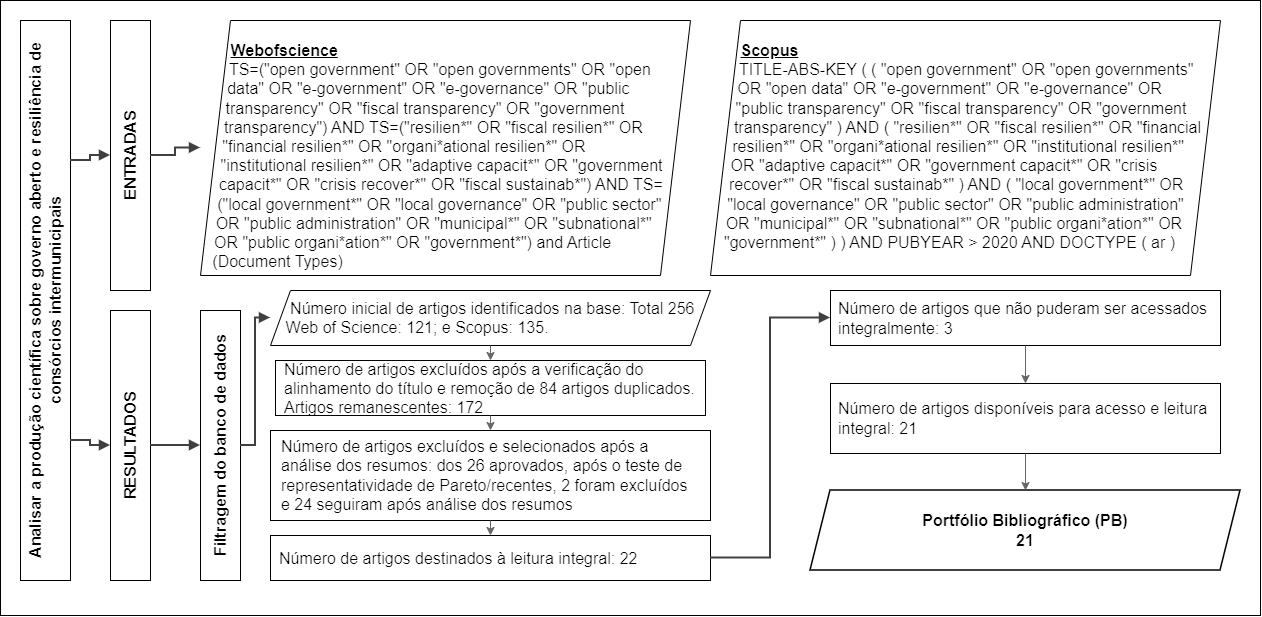
gishorus/proknowc-r keeps this draw.io diagram as docs/Figura1.drawio.png. Above is the earlier version. Source tidied: cells renumbered, new cells last; positions are measured from the earlier drawing's top-left corner, leaving out a move shared by most shapes. The source it was exported from:
```xml
<mxGraphModel>
  <root>
    <mxCell id="0" />
    <mxCell id="1" parent="0" />
    <mxCell id="2" style="rounded=0;whiteSpace=wrap;html=1;fillColor=#FFFFFF;strokeColor=default;labelBackgroundColor=#FFFFFF;fontColor=#000000;labelBorderColor=#000000;" parent="1" vertex="1">
      <mxGeometry width="1260" height="615" as="geometry" />
    </mxCell>
    <mxCell id="3" value="Analisar a produção científica sobre governo aberto e resiliência de consórcios intermunicipais" style="rounded=0;whiteSpace=wrap;html=1;horizontal=0;fillColor=#FFFFFF;strokeColor=#000000;fontSize=16;fontStyle=1;align=center;verticalAlign=middle;" parent="1" vertex="1">
      <mxGeometry x="20" y="20" width="50" height="560" as="geometry" />
    </mxCell>
    <mxCell id="4" value="ENTRADAS" style="rounded=0;whiteSpace=wrap;html=1;horizontal=0;fillColor=#FFFFFF;strokeColor=#000000;fontSize=16;fontStyle=1;align=center;verticalAlign=middle;" parent="1" vertex="1">
      <mxGeometry x="110" y="20" width="40" height="270" as="geometry" />
    </mxCell>
    <mxCell id="5" value="RESULTADOS" style="rounded=0;whiteSpace=wrap;html=1;horizontal=0;fillColor=#FFFFFF;strokeColor=#000000;fontSize=16;fontStyle=1;align=center;verticalAlign=middle;" parent="1" vertex="1">
      <mxGeometry x="110" y="310" width="40" height="270" as="geometry" />
    </mxCell>
    <mxCell id="6" value="&lt;b&gt;&lt;u&gt;Webofscience&lt;/u&gt;&lt;/b&gt;&lt;br&gt;TS=(&quot;open government&quot; OR &quot;open governments&quot; OR &quot;open data&quot; OR &quot;e-government&quot; OR &quot;e-governance&quot; OR &quot;public transparency&quot; OR &quot;fiscal transparency&quot; OR &quot;government transparency&quot;) AND TS=(&quot;resilien*&quot; OR &quot;fiscal resilien*&quot; OR &quot;financial resilien*&quot; OR &quot;organi*ational resilien*&quot; OR &quot;institutional resilien*&quot; OR &quot;adaptive capacit*&quot; OR &quot;government capacit*&quot; OR &quot;crisis recover*&quot; OR &quot;fiscal sustainab*&quot;) AND TS=(&quot;local government*&quot; OR &quot;local governance&quot; OR &quot;public sector&quot; OR &quot;public administration&quot; OR &quot;municipal*&quot; OR &quot;subnational*&quot; OR &quot;public organi*ation*&quot; OR &quot;government*&quot;) and Article (Document Types)" style="shape=parallelogram;size=30;fixedSize=1;whiteSpace=wrap;html=1;fillColor=#FFFFFF;strokeColor=#000000;fontSize=16;align=left;verticalAlign=top;spacing=8;shapeInside=1;spacingTop=8;spacingLeft=1;spacingBottom=1;spacingRight=1;" parent="1" vertex="1">
      <mxGeometry x="200" y="20" width="490" height="255" as="geometry" />
    </mxCell>
    <mxCell id="7" value="&lt;b&gt;&lt;u&gt;Scopus&lt;/u&gt;&lt;/b&gt;&lt;br&gt;TITLE-ABS-KEY ( ( &quot;open government&quot; OR &quot;open governments&quot; OR &quot;open data&quot; OR &quot;e-government&quot; OR &quot;e-governance&quot; OR &quot;public transparency&quot; OR &quot;fiscal transparency&quot; OR &quot;government transparency&quot; ) AND ( &quot;resilien*&quot; OR &quot;fiscal resilien*&quot; OR &quot;financial resilien*&quot; OR &quot;organi*ational resilien*&quot; OR &quot;institutional resilien*&quot; OR &quot;adaptive capacit*&quot; OR &quot;government capacit*&quot; OR &quot;crisis recover*&quot; OR &quot;fiscal sustainab*&quot; ) AND ( &quot;local government*&quot; OR &quot;local governance&quot; OR &quot;public sector&quot; OR &quot;public administration&quot; OR &quot;municipal*&quot; OR &quot;subnational*&quot; OR &quot;public organi*ation*&quot; OR &quot;government*&quot; ) ) AND PUBYEAR &amp;gt; 2020 AND DOCTYPE ( ar )" style="shape=parallelogram;size=30;fixedSize=1;whiteSpace=wrap;html=1;fillColor=#FFFFFF;strokeColor=#000000;fontSize=16;align=left;verticalAlign=top;spacing=8;shapeInside=1;spacingTop=8;spacingBottom=1;spacingRight=1;spacingLeft=1;" parent="1" vertex="1">
      <mxGeometry x="710" y="20" width="510" height="255" as="geometry" />
    </mxCell>
    <mxCell id="8" value="Filtragem do banco de dados" style="rounded=0;whiteSpace=wrap;html=1;horizontal=0;fillColor=#FFFFFF;strokeColor=#000000;fontSize=16;fontStyle=1;align=center;verticalAlign=middle;" parent="1" vertex="1">
      <mxGeometry x="200" y="310" width="40" height="270" as="geometry" />
    </mxCell>
    <mxCell id="9" value="Número inicial de artigos identificados na base: Total 256&lt;br&gt;Web of Science: 121; e Scopus: 135." style="shape=parallelogram;size=20;fixedSize=1;whiteSpace=wrap;html=1;fillColor=#FFFFFF;strokeColor=#000000;fontSize=16;align=left;verticalAlign=middle;spacing=8;shapeInside=1;spacingTop=1;spacingLeft=1;spacingBottom=1;spacingRight=1;" parent="1" vertex="1">
      <mxGeometry x="270" y="290" width="440" height="55" as="geometry" />
    </mxCell>
    <mxCell id="10" value="Número de artigos excluídos após a verificação do alinhamento do título e remoção de 84 artigos duplicados. Artigos remanescentes: 172" style="rounded=0;whiteSpace=wrap;html=1;fillColor=#FFFFFF;strokeColor=#000000;fontSize=16;align=left;verticalAlign=middle;spacing=8;spacingTop=1;spacingBottom=1;spacingLeft=1;spacingRight=1;" parent="1" vertex="1">
      <mxGeometry x="275" y="360" width="430" height="55" as="geometry" />
    </mxCell>
    <mxCell id="11" value="Número de artigos excluídos e selecionados após a análise dos resumos: dos 26 aprovados, após o teste de representatividade de Pareto/recentes, 2 foram excluídos e 24 seguiram após análise dos resumos" style="rounded=0;whiteSpace=wrap;html=1;fillColor=#FFFFFF;strokeColor=#000000;fontSize=16;align=left;verticalAlign=middle;spacing=8;spacingRight=4;spacingBottom=4;spacingLeft=3;spacingTop=3;" parent="1" vertex="1">
      <mxGeometry x="270" y="430" width="440" height="90" as="geometry" />
    </mxCell>
    <mxCell id="12" value="Número de artigos destinados à leitura integral: 22" style="rounded=0;whiteSpace=wrap;html=1;fillColor=#FFFFFF;strokeColor=#000000;fontSize=16;align=left;verticalAlign=middle;spacing=8;spacingTop=1;spacingRight=1;spacingBottom=1;spacingLeft=1;" parent="1" vertex="1">
      <mxGeometry x="270" y="535" width="440" height="45" as="geometry" />
    </mxCell>
    <mxCell id="13" value="Número de artigos que não puderam ser acessados integralmente: 3" style="rounded=0;whiteSpace=wrap;html=1;fillColor=#FFFFFF;strokeColor=#000000;fontSize=16;align=left;verticalAlign=middle;spacing=8;" parent="1" vertex="1">
      <mxGeometry x="830" y="290" width="390" height="55" as="geometry" />
    </mxCell>
    <mxCell id="14" value="Número de artigos disponíveis para acesso e leitura integral: 21" style="rounded=0;whiteSpace=wrap;html=1;fillColor=#FFFFFF;strokeColor=#000000;fontSize=16;align=left;verticalAlign=middle;spacing=8;" parent="1" vertex="1">
      <mxGeometry x="830" y="383" width="390" height="70" as="geometry" />
    </mxCell>
    <mxCell id="15" value="Portfólio Bibliográfico (PB)&lt;br&gt;21" style="shape=parallelogram;size=20;fixedSize=1;whiteSpace=wrap;html=1;strokeWidth=1.5;fontSize=16;fontStyle=1;align=center;verticalAlign=middle;labelBackgroundColor=none;labelBorderColor=none;" parent="1" vertex="1">
      <mxGeometry x="810" y="490" width="430" height="80" as="geometry" />
    </mxCell>
    <mxCell id="16" style="edgeStyle=orthogonalEdgeStyle;rounded=0;html=1;strokeWidth=2;strokeColor=#404040;endArrow=block;endFill=1;exitX=1;exitY=0.25;exitDx=0;exitDy=0;entryX=0;entryY=0.5;entryDx=0;entryDy=0;" parent="1" edge="1" source="3" target="4">
      <mxGeometry relative="1" as="geometry" />
    </mxCell>
    <mxCell id="17" style="edgeStyle=orthogonalEdgeStyle;rounded=0;html=1;strokeWidth=2;strokeColor=#404040;endArrow=block;endFill=1;exitX=1;exitY=0.75;exitDx=0;exitDy=0;entryX=0;entryY=0.5;entryDx=0;entryDy=0;" parent="1" edge="1" source="3" target="5">
      <mxGeometry relative="1" as="geometry" />
    </mxCell>
    <mxCell id="18" style="edgeStyle=orthogonalEdgeStyle;rounded=0;html=1;strokeWidth=2;strokeColor=#404040;endArrow=block;endFill=1;exitX=1;exitY=0.5;exitDx=0;exitDy=0;entryX=0;entryY=0.5;entryDx=0;entryDy=0;" parent="1" edge="1" source="4" target="6">
      <mxGeometry relative="1" as="geometry" />
    </mxCell>
    <mxCell id="19" style="edgeStyle=orthogonalEdgeStyle;rounded=0;html=1;strokeWidth=2;strokeColor=#404040;endArrow=block;endFill=1;exitX=1;exitY=0.5;exitDx=0;exitDy=0;entryX=0;entryY=0.5;entryDx=0;entryDy=0;" parent="1" edge="1" source="5" target="8">
      <mxGeometry relative="1" as="geometry" />
    </mxCell>
    <mxCell id="20" style="edgeStyle=orthogonalEdgeStyle;rounded=0;html=1;strokeWidth=2;strokeColor=#404040;endArrow=block;endFill=1;exitX=1;exitY=0.5;exitDx=0;exitDy=0;entryX=0;entryY=0.5;entryDx=0;entryDy=0;" parent="1" edge="1" source="8" target="9">
      <mxGeometry relative="1" as="geometry" />
    </mxCell>
    <mxCell id="21" style="edgeStyle=orthogonalEdgeStyle;rounded=0;html=1;strokeWidth=1;strokeColor=#666666;endArrow=classic;" parent="1" edge="1" source="9" target="10">
      <mxGeometry relative="1" as="geometry" />
    </mxCell>
    <mxCell id="22" style="edgeStyle=orthogonalEdgeStyle;rounded=0;html=1;strokeWidth=1;strokeColor=#666666;endArrow=classic;" parent="1" edge="1" source="10" target="11">
      <mxGeometry relative="1" as="geometry" />
    </mxCell>
    <mxCell id="23" style="edgeStyle=orthogonalEdgeStyle;rounded=0;html=1;strokeWidth=1;strokeColor=#666666;endArrow=classic;" parent="1" edge="1" source="11" target="12">
      <mxGeometry relative="1" as="geometry" />
    </mxCell>
    <mxCell id="24" style="edgeStyle=orthogonalEdgeStyle;rounded=0;html=1;strokeWidth=2;strokeColor=#404040;endArrow=block;endFill=1;exitX=1;exitY=0.5;exitDx=0;exitDy=0;entryX=0;entryY=0.5;entryDx=0;entryDy=0;" parent="1" edge="1" source="12" target="13">
      <mxGeometry relative="1" as="geometry" />
    </mxCell>
    <mxCell id="25" style="edgeStyle=orthogonalEdgeStyle;rounded=0;html=1;strokeWidth=1;strokeColor=#666666;endArrow=classic;" parent="1" edge="1" source="13" target="14">
      <mxGeometry relative="1" as="geometry" />
    </mxCell>
    <mxCell id="26" style="edgeStyle=orthogonalEdgeStyle;rounded=0;html=1;strokeWidth=1;strokeColor=#666666;endArrow=classic;" parent="1" edge="1" source="14" target="15">
      <mxGeometry relative="1" as="geometry" />
    </mxCell>
  </root>
</mxGraphModel>
```
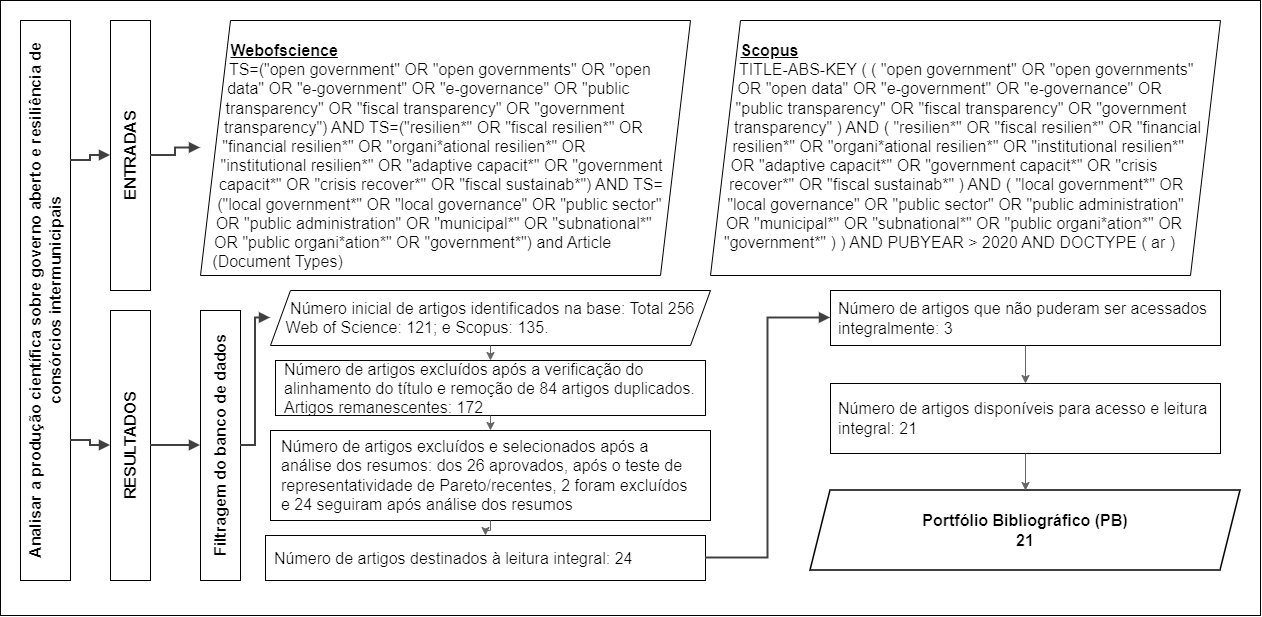
The same diagram one commit later.

Diff of the diagram source:
```diff
@@ -32,8 +32,8 @@
     <mxCell id="11" value="Número de artigos excluídos e selecionados após a análise dos resumos: dos 26 aprovados, após o teste de representatividade de Pareto/recentes, 2 foram excluídos e 24 seguiram após análise dos resumos" style="rounded=0;whiteSpace=wrap;html=1;fillColor=#FFFFFF;strokeColor=#000000;fontSize=16;align=left;verticalAlign=middle;spacing=8;spacingRight=4;spacingBottom=4;spacingLeft=3;spacingTop=3;" parent="1" vertex="1">
       <mxGeometry x="270" y="430" width="440" height="90" as="geometry" />
     </mxCell>
-    <mxCell id="12" value="Número de artigos destinados à leitura integral: 22" style="rounded=0;whiteSpace=wrap;html=1;fillColor=#FFFFFF;strokeColor=#000000;fontSize=16;align=left;verticalAlign=middle;spacing=8;spacingTop=1;spacingRight=1;spacingBottom=1;spacingLeft=1;" parent="1" vertex="1">
-      <mxGeometry x="270" y="535" width="440" height="45" as="geometry" />
+    <mxCell id="12" value="Número de artigos destinados à leitura integral: 24" style="rounded=0;whiteSpace=wrap;html=1;fillColor=#FFFFFF;strokeColor=#000000;fontSize=16;align=left;verticalAlign=middle;spacing=8;spacingTop=1;spacingRight=1;spacingBottom=1;spacingLeft=1;" parent="1" vertex="1">
+      <mxGeometry x="265" y="535" width="440" height="45" as="geometry" />
     </mxCell>
     <mxCell id="13" value="Número de artigos que não puderam ser acessados integralmente: 3" style="rounded=0;whiteSpace=wrap;html=1;fillColor=#FFFFFF;strokeColor=#000000;fontSize=16;align=left;verticalAlign=middle;spacing=8;" parent="1" vertex="1">
       <mxGeometry x="830" y="290" width="390" height="55" as="geometry" />
```
